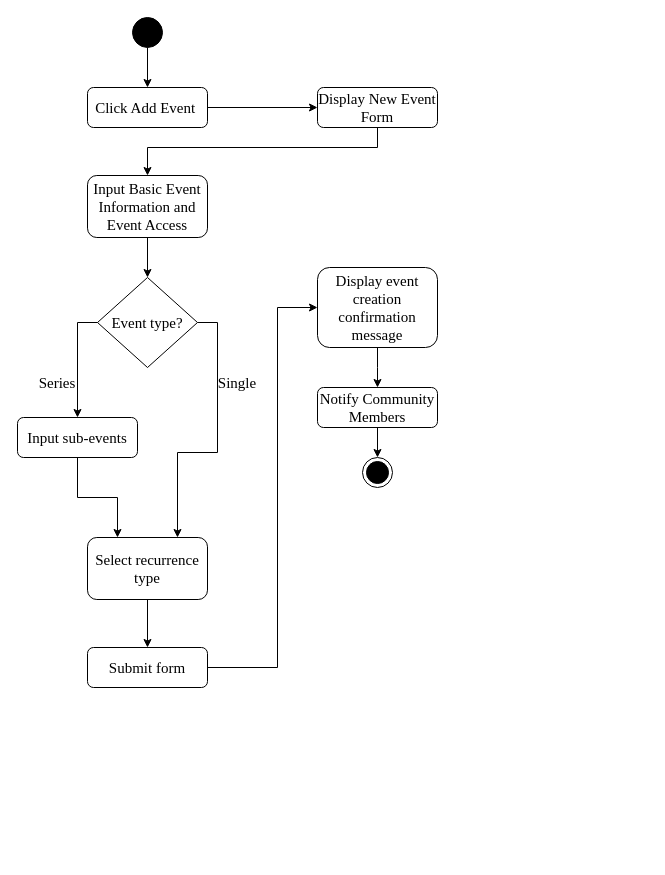
Before: page "EventCreation" (8 of 11) of ConnexUs_Chap3.drawio in gvillanueva01/ConnexUs_diagrams, a draw.io diagram. Source tidied: cells renumbered, new cells numbered last; positions are measured from the earlier drawing's top-left corner, leaving out a move shared by most shapes. Both pictures are drawn from the tidied source at 100%, with x=0, y=0 at pixel (17, 17).
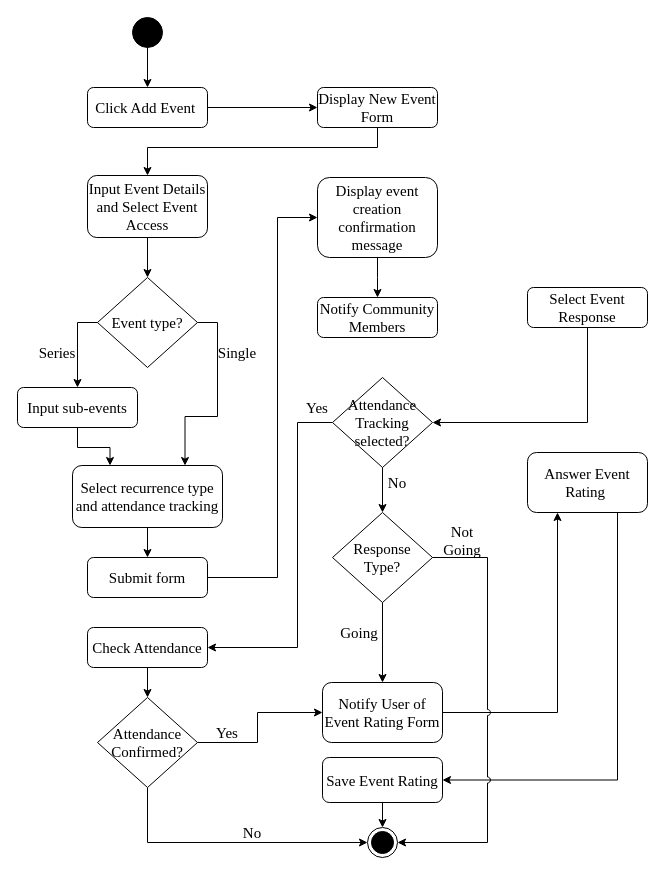
Above is the later version.

Change to the diagram source:
```diff
@@
-    <mxCell id="7" style="ellipse;html=1;shape=endState;fillColor=strokeColor;fontSize=15;" parent="1" vertex="1">
-      <mxGeometry x="345" y="440" width="30" height="30" as="geometry" />
-    </mxCell>
@@
-    <mxCell id="11" value="Input Basic Event Information and Event Access" style="rounded=1;whiteSpace=wrap;html=1;fontFamily=Times New Roman;fontSize=15;" parent="1" vertex="1">
+    <mxCell id="11" value="Input Event Details and Select Event Access" style="rounded=1;whiteSpace=wrap;html=1;fontFamily=Times New Roman;fontSize=15;" parent="1" vertex="1">
       <mxGeometry x="70" y="158" width="120" height="62" as="geometry" />
     </mxCell>
-    <mxCell id="12" style="edgeStyle=orthogonalEdgeStyle;rounded=0;jettySize=auto;html=1;entryX=0.5;entryY=0;entryDx=0;entryDy=0;fontSize=15;" parent="1" edge="1" source="13" target="7">
-      <mxGeometry relative="1" as="geometry" />
-    </mxCell>
     <mxCell id="13" value="Notify Community Members" style="rounded=1;whiteSpace=wrap;html=1;fontFamily=Times New Roman;fontSize=15;" parent="1" vertex="1">
-      <mxGeometry x="300" y="370" width="120" height="40" as="geometry" />
+      <mxGeometry x="300" y="280" width="120" height="40" as="geometry" />
     </mxCell>
     <mxCell id="14" value="Single" style="text;html=1;strokeColor=none;fillColor=none;align=center;verticalAlign=middle;whiteSpace=wrap;rounded=0;fontFamily=Times New Roman;fontSize=15;" parent="1" vertex="1">
-      <mxGeometry x="190" y="350" width="60" height="30" as="geometry" />
+      <mxGeometry x="190" y="320" width="60" height="30" as="geometry" />
     </mxCell>
     <mxCell id="15" value="Series" style="text;html=1;strokeColor=none;fillColor=none;align=center;verticalAlign=middle;whiteSpace=wrap;rounded=0;fontFamily=Times New Roman;fontSize=15;" parent="1" vertex="1">
-      <mxGeometry x="10" y="350" width="60" height="30" as="geometry" />
+      <mxGeometry x="10" y="320" width="60" height="30" as="geometry" />
     </mxCell>
@@
     <mxCell id="18" value="Input sub-events" style="rounded=1;whiteSpace=wrap;html=1;fontFamily=Times New Roman;fontSize=15;" parent="1" vertex="1">
-      <mxGeometry y="400" width="120" height="40" as="geometry" />
+      <mxGeometry y="370" width="120" height="40" as="geometry" />
     </mxCell>
-    <mxCell id="19" value="Select recurrence type" style="rounded=1;whiteSpace=wrap;html=1;fontFamily=Times New Roman;fontSize=15;" parent="1" vertex="1">
-      <mxGeometry x="70" y="520" width="120" height="62" as="geometry" />
+    <mxCell id="19" value="Select recurrence type and attendance tracking" style="rounded=1;whiteSpace=wrap;html=1;fontFamily=Times New Roman;fontSize=15;" parent="1" vertex="1">
+      <mxGeometry x="55" y="448" width="150" height="62" as="geometry" />
     </mxCell>
@@
     <mxCell id="21" value="Submit form" style="rounded=1;whiteSpace=wrap;html=1;fontFamily=Times New Roman;fontSize=15;" parent="1" vertex="1">
-      <mxGeometry x="70" y="630" width="120" height="40" as="geometry" />
+      <mxGeometry x="70" y="540" width="120" height="40" as="geometry" />
     </mxCell>
@@
     <mxCell id="23" value="Display event creation confirmation message" style="rounded=1;whiteSpace=wrap;html=1;fontFamily=Times New Roman;fontSize=15;" parent="1" vertex="1">
-      <mxGeometry x="300" y="250" width="120" height="80" as="geometry" />
+      <mxGeometry x="300" y="160" width="120" height="80" as="geometry" />
     </mxCell>
     <mxCell id="24" style="edgeStyle=orthogonalEdgeStyle;rounded=0;jettySize=auto;html=1;entryX=0;entryY=0.5;entryDx=0;entryDy=0;fontSize=15;exitX=1;exitY=0.5;exitDx=0;exitDy=0;" parent="1" edge="1" source="21" target="23">
       <mxGeometry relative="1" as="geometry">
         <Array as="points">
-          <mxPoint x="260" y="650" />
-          <mxPoint x="260" y="290" />
+          <mxPoint x="260" y="560" />
+          <mxPoint x="260" y="200" />
         </Array>
       </mxGeometry>
     </mxCell>
     <mxCell id="25" style="edgeStyle=orthogonalEdgeStyle;rounded=0;jettySize=auto;html=1;fontSize=15;exitX=0.5;exitY=1;exitDx=0;exitDy=0;" parent="1" edge="1" source="23">
       <mxGeometry relative="1" as="geometry">
-        <mxPoint x="360" y="370" as="targetPoint" />
+        <mxPoint x="360" y="280" as="targetPoint" />
       </mxGeometry>
     </mxCell>
+    <mxCell id="26" style="edgeStyle=orthogonalEdgeStyle;rounded=0;jettySize=auto;html=1;fontSize=15;entryX=1;entryY=0.5;entryDx=0;entryDy=0;" parent="1" edge="1" source="27" target="33">
+      <mxGeometry relative="1" as="geometry">
+        <Array as="points">
+          <mxPoint x="570" y="405" />
+        </Array>
+      </mxGeometry>
+    </mxCell>
+    <mxCell id="27" value="Select Event Response" style="rounded=1;whiteSpace=wrap;html=1;fontFamily=Times New Roman;fontSize=15;" parent="1" vertex="1">
+      <mxGeometry x="510" y="270" width="120" height="40" as="geometry" />
+    </mxCell>
+    <mxCell id="28" value="&lt;font face=&quot;Times New Roman&quot; style=&quot;font-size: 15px;&quot;&gt;Response&lt;br&gt;Type?&lt;/font&gt;" style="shape=rhombus;html=1;dashed=0;whiteSpace=wrap;perimeter=rhombusPerimeter;fontSize=15;" parent="1" vertex="1">
+      <mxGeometry x="315" y="495" width="100" height="90" as="geometry" />
+    </mxCell>
+    <mxCell id="29" style="ellipse;html=1;shape=endState;fillColor=strokeColor;fontSize=15;" parent="1" vertex="1">
+      <mxGeometry x="350" y="810" width="30" height="30" as="geometry" />
+    </mxCell>
+    <mxCell id="30" value="Going" style="text;html=1;strokeColor=none;fillColor=none;align=center;verticalAlign=middle;whiteSpace=wrap;rounded=0;fontFamily=Times New Roman;fontSize=15;" parent="1" vertex="1">
+      <mxGeometry x="312" y="600" width="60" height="30" as="geometry" />
+    </mxCell>
+    <mxCell id="31" value="Not Going" style="text;html=1;strokeColor=none;fillColor=none;align=center;verticalAlign=middle;whiteSpace=wrap;rounded=0;fontFamily=Times New Roman;fontSize=15;" parent="1" vertex="1">
+      <mxGeometry x="415" y="508" width="60" height="30" as="geometry" />
+    </mxCell>
+    <mxCell id="32" style="edgeStyle=orthogonalEdgeStyle;rounded=0;jettySize=auto;html=1;entryX=1;entryY=0.5;entryDx=0;entryDy=0;fontSize=15;" parent="1" edge="1" source="33" target="35">
+      <mxGeometry relative="1" as="geometry">
+        <Array as="points">
+          <mxPoint x="280" y="405" />
+          <mxPoint x="280" y="630" />
+        </Array>
+      </mxGeometry>
+    </mxCell>
+    <mxCell id="33" value="&lt;font face=&quot;Times New Roman&quot; style=&quot;font-size: 15px;&quot;&gt;Attendance Tracking selected?&lt;/font&gt;" style="shape=rhombus;html=1;dashed=0;whiteSpace=wrap;perimeter=rhombusPerimeter;fontSize=15;" parent="1" vertex="1">
+      <mxGeometry x="315" y="360" width="100" height="90" as="geometry" />
+    </mxCell>
+    <mxCell id="34" value="No" style="text;html=1;strokeColor=none;fillColor=none;align=center;verticalAlign=middle;whiteSpace=wrap;rounded=0;fontFamily=Times New Roman;fontSize=15;" parent="1" vertex="1">
+      <mxGeometry x="350" y="450" width="60" height="30" as="geometry" />
+    </mxCell>
+    <mxCell id="35" value="Check Attendance" style="rounded=1;whiteSpace=wrap;html=1;fontFamily=Times New Roman;fontSize=15;" parent="1" vertex="1">
+      <mxGeometry x="70" y="610" width="120" height="40" as="geometry" />
+    </mxCell>
+    <mxCell id="36" style="edgeStyle=orthogonalEdgeStyle;rounded=0;jettySize=auto;html=1;entryX=0;entryY=0.5;entryDx=0;entryDy=0;" parent="1" edge="1" source="37" target="29">
+      <mxGeometry relative="1" as="geometry">
+        <Array as="points">
+          <mxPoint x="130" y="825" />
+        </Array>
+      </mxGeometry>
+    </mxCell>
+    <mxCell id="37" value="&lt;font face=&quot;Times New Roman&quot; style=&quot;font-size: 15px;&quot;&gt;Attendance Confirmed?&lt;/font&gt;" style="shape=rhombus;html=1;dashed=0;whiteSpace=wrap;perimeter=rhombusPerimeter;fontSize=15;" parent="1" vertex="1">
+      <mxGeometry x="80" y="680" width="100" height="90" as="geometry" />
+    </mxCell>
+    <mxCell id="38" value="Yes" style="text;html=1;strokeColor=none;fillColor=none;align=center;verticalAlign=middle;whiteSpace=wrap;rounded=0;fontFamily=Times New Roman;fontSize=15;" parent="1" vertex="1">
+      <mxGeometry x="270" y="375" width="60" height="30" as="geometry" />
+    </mxCell>
+    <mxCell id="39" style="edgeStyle=orthogonalEdgeStyle;rounded=0;jettySize=auto;html=1;entryX=0.25;entryY=1;entryDx=0;entryDy=0;" parent="1" edge="1" source="40" target="42">
+      <mxGeometry relative="1" as="geometry" />
+    </mxCell>
+    <mxCell id="40" value="Notify User of Event Rating Form" style="rounded=1;whiteSpace=wrap;html=1;fontFamily=Times New Roman;fontSize=15;" parent="1" vertex="1">
+      <mxGeometry x="305" y="665" width="120" height="60" as="geometry" />
+    </mxCell>
+    <mxCell id="41" style="edgeStyle=orthogonalEdgeStyle;rounded=0;jettySize=auto;html=1;exitX=0.75;exitY=1;exitDx=0;exitDy=0;entryX=1;entryY=0.5;entryDx=0;entryDy=0;" parent="1" edge="1" source="42" target="46">
+      <mxGeometry relative="1" as="geometry" />
+    </mxCell>
+    <mxCell id="42" value="Answer Event Rating&amp;nbsp;" style="rounded=1;whiteSpace=wrap;html=1;fontFamily=Times New Roman;fontSize=15;" parent="1" vertex="1">
+      <mxGeometry x="510" y="435" width="120" height="60" as="geometry" />
+    </mxCell>
+    <mxCell id="43" value="Yes" style="text;html=1;strokeColor=none;fillColor=none;align=center;verticalAlign=middle;whiteSpace=wrap;rounded=0;fontFamily=Times New Roman;fontSize=15;" parent="1" vertex="1">
+      <mxGeometry x="180" y="700" width="60" height="30" as="geometry" />
+    </mxCell>
+    <mxCell id="44" value="No" style="text;html=1;strokeColor=none;fillColor=none;align=center;verticalAlign=middle;whiteSpace=wrap;rounded=0;fontFamily=Times New Roman;fontSize=15;" parent="1" vertex="1">
+      <mxGeometry x="205" y="800" width="60" height="30" as="geometry" />
+    </mxCell>
+    <mxCell id="45" style="edgeStyle=orthogonalEdgeStyle;rounded=0;jettySize=auto;html=1;" parent="1" edge="1" source="46" target="29">
+      <mxGeometry relative="1" as="geometry" />
+    </mxCell>
+    <mxCell id="46" value="Save Event Rating" style="rounded=1;whiteSpace=wrap;html=1;fontFamily=Times New Roman;fontSize=15;" parent="1" vertex="1">
+      <mxGeometry x="305" y="740" width="120" height="45" as="geometry" />
+    </mxCell>
+    <mxCell id="47" style="edgeStyle=orthogonalEdgeStyle;rounded=0;jettySize=auto;html=1;fontSize=15;entryX=0.5;entryY=0;entryDx=0;entryDy=0;exitX=0.5;exitY=1;exitDx=0;exitDy=0;" parent="1" edge="1" source="33" target="28">
+      <mxGeometry relative="1" as="geometry" />
+    </mxCell>
+    <mxCell id="48" style="edgeStyle=orthogonalEdgeStyle;rounded=0;jettySize=auto;html=1;fontSize=15;entryX=0.5;entryY=0;entryDx=0;entryDy=0;exitX=0.5;exitY=1;exitDx=0;exitDy=0;" parent="1" edge="1" source="35" target="37">
+      <mxGeometry relative="1" as="geometry" />
+    </mxCell>
+    <mxCell id="49" style="edgeStyle=orthogonalEdgeStyle;rounded=0;jettySize=auto;html=1;fontSize=15;entryX=0;entryY=0.5;entryDx=0;entryDy=0;exitX=1;exitY=0.5;exitDx=0;exitDy=0;" parent="1" edge="1" source="37" target="40">
+      <mxGeometry relative="1" as="geometry">
+        <Array as="points">
+          <mxPoint x="240" y="725" />
+          <mxPoint x="240" y="695" />
+        </Array>
+      </mxGeometry>
+    </mxCell>
+    <mxCell id="50" style="edgeStyle=orthogonalEdgeStyle;rounded=0;jettySize=auto;html=1;entryX=0.5;entryY=0;entryDx=0;entryDy=0;jumpStyle=arc;fontSize=15;exitX=0.5;exitY=1;exitDx=0;exitDy=0;" parent="1" edge="1" source="28" target="40">
+      <mxGeometry relative="1" as="geometry" />
+    </mxCell>
+    <mxCell id="51" style="edgeStyle=orthogonalEdgeStyle;rounded=0;jettySize=auto;html=1;jumpStyle=arc;fontSize=15;exitX=1;exitY=0.5;exitDx=0;exitDy=0;entryX=1;entryY=0.5;entryDx=0;entryDy=0;" parent="1" edge="1" source="28" target="29">
+      <mxGeometry relative="1" as="geometry">
+        <Array as="points">
+          <mxPoint x="470" y="540" />
+          <mxPoint x="470" y="825" />
+        </Array>
+      </mxGeometry>
+    </mxCell>
```
